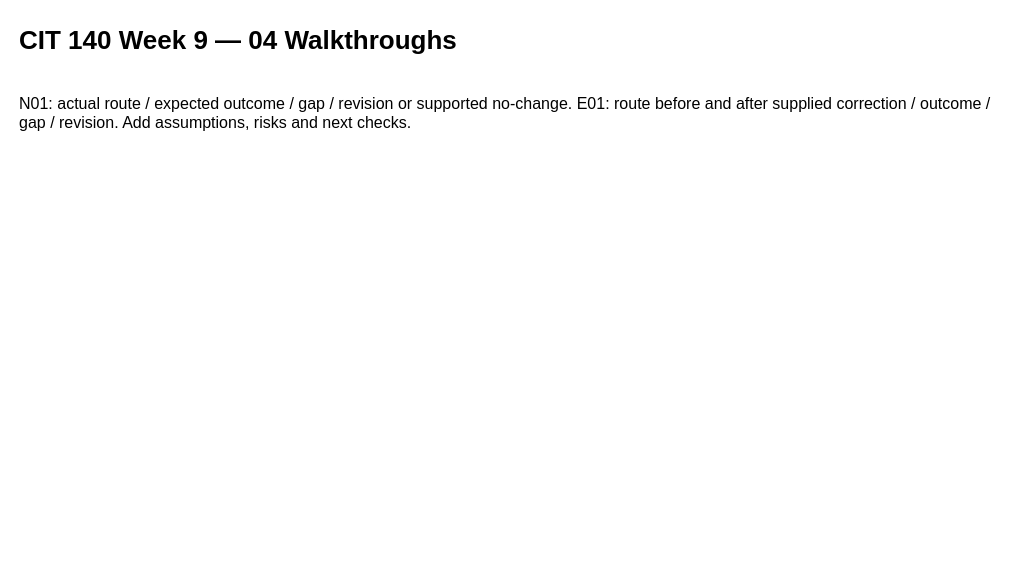
Before: page "04 Walkthroughs" (4 of 4) of Week09/Artifact/Temple_Craig_CIT140_Week09_Design.drawio in Acetamin1102/CIT140-Portfolio, a draw.io diagram. Source tidied: cells renumbered, new cells numbered last; positions are measured from the earlier drawing's top-left corner, leaving out a move shared by most shapes. Both pictures are drawn from the tidied source at 100%, with x=0, y=0 at pixel (17, 17).
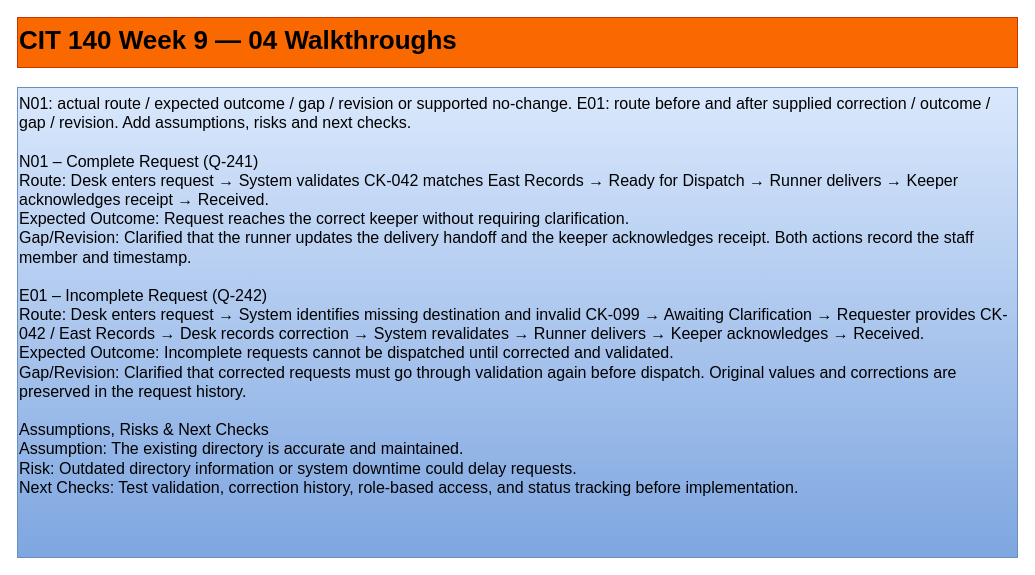
The same page after the edit.

Change to the diagram source:
```diff
@@
 <mxGraphModel>
   <root>
     <mxCell id="0" />
     <mxCell id="1" parent="0" />
-    <mxCell id="2" value="CIT 140 Week 9 — 04 Walkthroughs" style="text;html=0;fontSize=26;fontStyle=1;align=left;verticalAlign=top;" parent="1" vertex="1">
+    <mxCell id="2" value="CIT 140 Week 9 — 04 Walkthroughs" style="text;html=0;fontSize=26;fontStyle=1;align=left;verticalAlign=top;fillColor=#fa6800;strokeColor=#C73500;fontColor=#000000;" parent="1" vertex="1">
       <mxGeometry width="1000" height="50" as="geometry" />
     </mxCell>
-    <mxCell id="3" value="N01: actual route / expected outcome / gap / revision or supported no-change. E01: route before and after supplied correction / outcome / gap / revision. Add assumptions, risks and next checks." style="text;html=0;whiteSpace=wrap;align=left;verticalAlign=top;fontSize=16;" parent="1" vertex="1">
-      <mxGeometry y="70" width="1000" height="130" as="geometry" />
+    <mxCell id="3" value="N01: actual route / expected outcome / gap / revision or supported no-change. E01: route before and after supplied correction / outcome / gap / revision. Add assumptions, risks and next checks.&#10;&#10;N01 – Complete Request (Q-241)&#10;Route: Desk enters request → System validates CK-042 matches East Records → Ready for Dispatch → Runner delivers → Keeper acknowledges receipt → Received.&#10;Expected Outcome: Request reaches the correct keeper without requiring clarification.&#10;Gap/Revision: Clarified that the runner updates the delivery handoff and the keeper acknowledges receipt. Both actions record the staff member and timestamp.&#10;&#10;E01 – Incomplete Request (Q-242)&#10;Route: Desk enters request → System identifies missing destination and invalid CK-099 → Awaiting Clarification → Requester provides CK-042 / East Records → Desk records correction → System revalidates → Runner delivers → Keeper acknowledges → Received.&#10;Expected Outcome: Incomplete requests cannot be dispatched until corrected and validated.&#10;Gap/Revision: Clarified that corrected requests must go through validation again before dispatch. Original values and corrections are preserved in the request history.&#10;&#10;Assumptions, Risks &amp; Next Checks&#10;Assumption: The existing directory is accurate and maintained.&#10;Risk: Outdated directory information or system downtime could delay requests.&#10;Next Checks: Test validation, correction history, role-based access, and status tracking before implementation.&#10;" style="text;html=0;whiteSpace=wrap;align=left;verticalAlign=top;fontSize=16;fillColor=#dae8fc;gradientColor=#7ea6e0;strokeColor=#6c8ebf;" parent="1" vertex="1">
+      <mxGeometry y="70" width="1000" height="470" as="geometry" />
     </mxCell>
   </root>
 </mxGraphModel>
```
